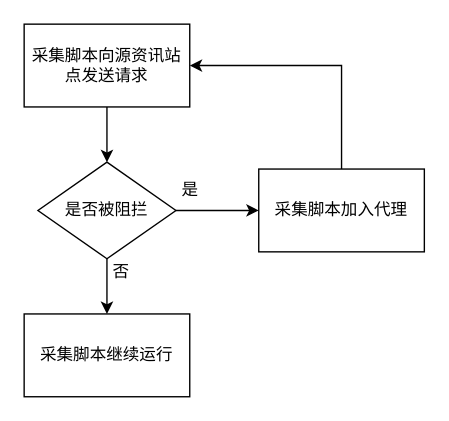
Earlier version of the draw.io diagram 随机代理运行流程.drawio (stormwasd/draw_io). Source tidied: cells renumbered, new cells numbered last; positions are measured from the earlier drawing's top-left corner, leaving out a move shared by most shapes. Both pictures are drawn from the tidied source at 138%, with x=0, y=0 at pixel (23, 23).
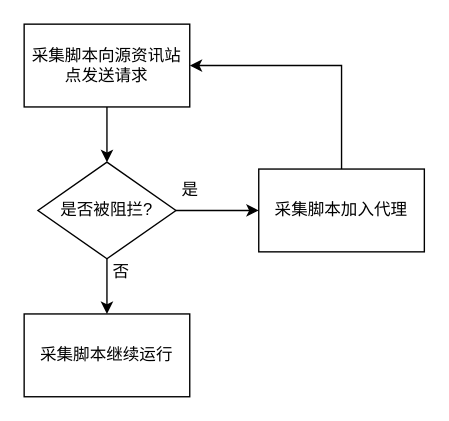
Above is the later version.

Commit message:
Update 随机代理运行流程.drawio

What changed in the source:
```diff
@@
 <mxGraphModel>
   <root>
     <mxCell id="0" />
     <mxCell id="1" parent="0" />
     <mxCell id="2" style="edgeStyle=orthogonalEdgeStyle;rounded=0;jettySize=auto;html=1;entryX=0.5;entryY=0;entryDx=0;entryDy=0;" parent="1" edge="1" source="3" target="6">
       <mxGeometry relative="1" as="geometry" />
     </mxCell>
     <mxCell id="3" value="采集脚本向源资讯站点发送请求" style="rounded=0;whiteSpace=wrap;html=1;" parent="1" vertex="1">
       <mxGeometry width="120" height="60" as="geometry" />
     </mxCell>
     <mxCell id="4" style="edgeStyle=orthogonalEdgeStyle;rounded=0;jettySize=auto;html=1;entryX=0.5;entryY=0;entryDx=0;entryDy=0;" parent="1" edge="1" source="6" target="7">
       <mxGeometry relative="1" as="geometry" />
     </mxCell>
     <mxCell id="5" style="edgeStyle=orthogonalEdgeStyle;rounded=0;jettySize=auto;html=1;entryX=0;entryY=0.5;entryDx=0;entryDy=0;" parent="1" edge="1" source="6" target="10">
       <mxGeometry relative="1" as="geometry" />
     </mxCell>
-    <mxCell id="6" value="是否被阻拦" style="rhombus;whiteSpace=wrap;html=1;" parent="1" vertex="1">
+    <mxCell id="6" value="是否被阻拦?" style="rhombus;whiteSpace=wrap;html=1;" parent="1" vertex="1">
       <mxGeometry x="10" y="100" width="100" height="70" as="geometry" />
     </mxCell>
     <mxCell id="7" value="采集脚本继续运行" style="rounded=0;whiteSpace=wrap;html=1;" parent="1" vertex="1">
       <mxGeometry y="210" width="120" height="60" as="geometry" />
     </mxCell>
     <mxCell id="8" value="否" style="text;html=1;align=center;verticalAlign=middle;strokeColor=none;fillColor=none;" parent="1" vertex="1">
       <mxGeometry x="55" y="170" width="30" height="20" as="geometry" />
     </mxCell>
     <mxCell id="9" style="edgeStyle=orthogonalEdgeStyle;rounded=0;jettySize=auto;html=1;entryX=1;entryY=0.5;entryDx=0;entryDy=0;" parent="1" edge="1" source="10" target="3">
       <mxGeometry relative="1" as="geometry">
         <Array as="points">
           <mxPoint x="230" y="30" />
         </Array>
       </mxGeometry>
     </mxCell>
     <mxCell id="10" value="采集脚本加入代理" style="rounded=0;whiteSpace=wrap;html=1;" parent="1" vertex="1">
       <mxGeometry x="170" y="105" width="120" height="60" as="geometry" />
     </mxCell>
     <mxCell id="11" value="是" style="text;html=1;align=center;verticalAlign=middle;strokeColor=none;fillColor=none;" parent="1" vertex="1">
       <mxGeometry x="105" y="110" width="30" height="20" as="geometry" />
     </mxCell>
   </root>
 </mxGraphModel>
```
